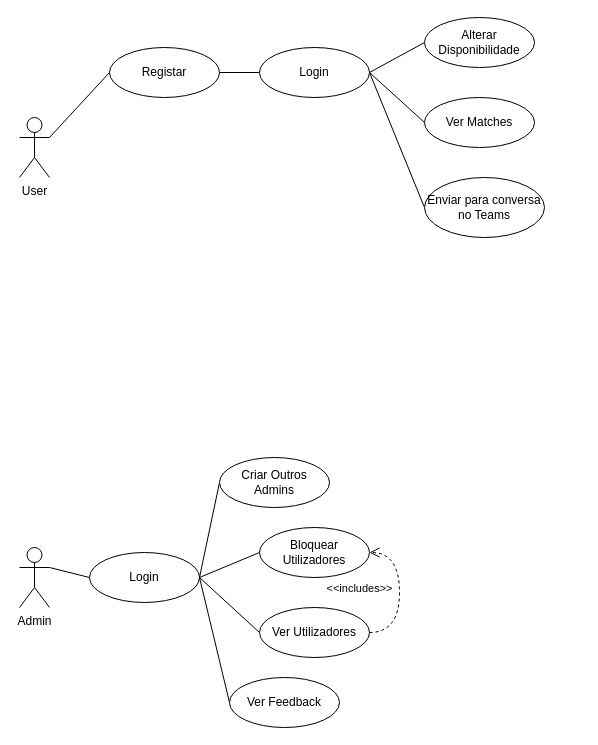
Licinio14/licinio keeps this draw.io diagram as CesaeBoleiasDiagramaDeUso.drawio. Above is the earlier version. Source tidied: cells renumbered, new cells numbered last; positions are measured from the earlier drawing's top-left corner, leaving out a move shared by most shapes. Both pictures are drawn from the tidied source at 100%, with x=0, y=0 at pixel (19, 17).
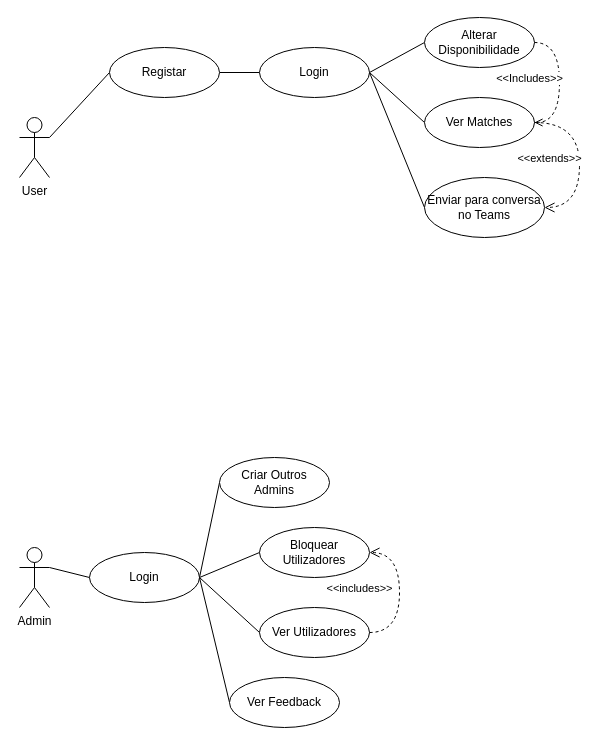
Above is the later version.

Unchanged cells that the change refers to:
```xml
<mxCell id="9" value="Alterar Disponibilidade" style="ellipse;whiteSpace=wrap;html=1;" parent="1" vertex="1">
  <mxGeometry x="405" width="110" height="50" as="geometry" />
</mxCell>
<mxCell id="10" value="Ver Matches" style="ellipse;whiteSpace=wrap;html=1;" parent="1" vertex="1">
  <mxGeometry x="405" y="80" width="110" height="50" as="geometry" />
</mxCell>
<mxCell id="12" value="Enviar para conversa no Teams" style="ellipse;whiteSpace=wrap;html=1;" parent="1" vertex="1">
  <mxGeometry x="405" y="160" width="120" height="60" as="geometry" />
</mxCell>
```

The edit, as a diff of the source:
```diff
@@
+    <mxCell id="25" value="&amp;lt;&amp;lt;Includes&amp;gt;&amp;gt;" style="html=1;verticalAlign=bottom;endArrow=none;dashed=1;endSize=8;curved=1;rounded=0;exitX=1;exitY=0.5;exitDx=0;exitDy=0;entryX=1;entryY=0.5;entryDx=0;entryDy=0;edgeStyle=orthogonalEdgeStyle;startArrow=open;startFill=0;endFill=0;" parent="1" edge="1" source="10" target="9">
+      <mxGeometry x="-0.08" y="30" relative="1" as="geometry">
+        <Array as="points">
+          <mxPoint x="540" y="105" />
+          <mxPoint x="540" y="25" />
+        </Array>
+      </mxGeometry>
+    </mxCell>
+    <mxCell id="26" value="&amp;lt;&amp;lt;extends&amp;gt;&amp;gt;" style="html=1;verticalAlign=bottom;endArrow=open;dashed=1;endSize=8;curved=1;rounded=0;exitX=1;exitY=0.5;exitDx=0;exitDy=0;entryX=1;entryY=0.5;entryDx=0;entryDy=0;edgeStyle=orthogonalEdgeStyle;" parent="1" edge="1" source="10" target="12">
+      <mxGeometry x="0.09" y="-30" relative="1" as="geometry">
+        <Array as="points">
+          <mxPoint x="560" y="105" />
+          <mxPoint x="560" y="190" />
+        </Array>
+      </mxGeometry>
+    </mxCell>
```
